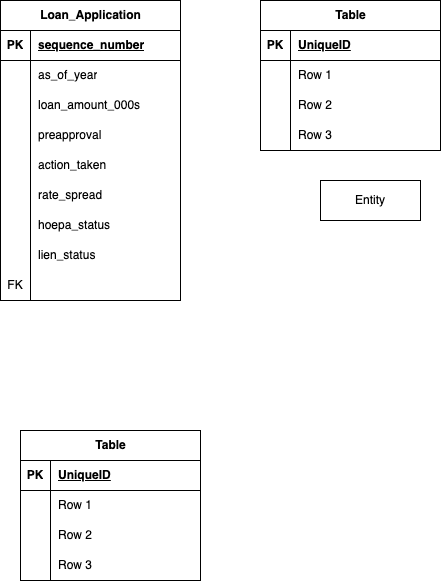
nivasharmaa/CS336-Project0-group43 keeps this draw.io diagram as Untitled Diagram.drawio.png. Above is the earlier version. Source tidied: cells renumbered, new cells last; positions are measured from the earlier drawing's top-left corner, leaving out a move shared by most shapes.
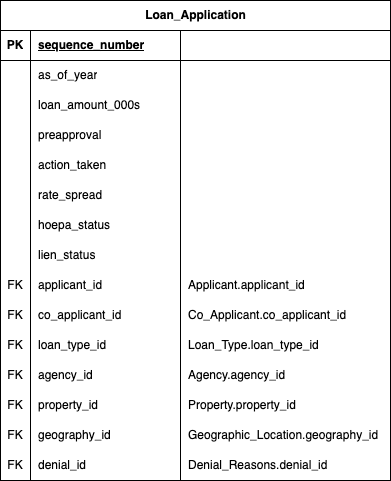
The same file after the commit.

Change to the diagram source:
```diff
@@ -5,6 +5,6 @@
     <mxCell id="2" value="Loan&lt;span class=&quot;hljs-emphasis&quot;&gt;_Application&lt;/span&gt;" style="shape=table;startSize=30;rowLines=0;fontStyle=1;align=center;html=1;" parent="1" vertex="1">
-      <mxGeometry width="180" height="300" as="geometry" />
+      <mxGeometry width="390" height="480" as="geometry" />
     </mxCell>
     <mxCell id="3" style="shape=tableRow;horizontal=0;startSize=0;swimlaneHead=0;swimlaneBody=0;fillColor=none;top=0;left=0;right=0;bottom=1;" parent="2" vertex="1">
-      <mxGeometry y="30" width="180" height="30" as="geometry" />
+      <mxGeometry y="30" width="390" height="30" as="geometry" />
     </mxCell>
@@ -16,4 +16,7 @@
     </mxCell>
+    <mxCell id="57" style="shape=partialRectangle;fillColor=none;top=0;left=0;bottom=0;right=0;align=left;spacingLeft=6;fontStyle=5;overflow=hidden;whiteSpace=wrap;html=1;" parent="3" vertex="1">
+      <mxGeometry x="180" width="210" height="30" as="geometry" />
+    </mxCell>
     <mxCell id="6" style="shape=tableRow;horizontal=0;startSize=0;swimlaneHead=0;swimlaneBody=0;fillColor=none;top=0;left=0;right=0;bottom=0;" parent="2" vertex="1">
-      <mxGeometry y="60" width="180" height="30" as="geometry" />
+      <mxGeometry y="60" width="390" height="30" as="geometry" />
     </mxCell>
@@ -25,4 +28,7 @@
     </mxCell>
+    <mxCell id="58" style="shape=partialRectangle;fillColor=none;top=0;left=0;bottom=0;right=0;align=left;spacingLeft=6;overflow=hidden;whiteSpace=wrap;html=1;" parent="6" vertex="1">
+      <mxGeometry x="180" width="210" height="30" as="geometry" />
+    </mxCell>
     <mxCell id="9" style="shape=tableRow;horizontal=0;startSize=0;swimlaneHead=0;swimlaneBody=0;fillColor=none;top=0;left=0;right=0;bottom=0;" parent="2" vertex="1">
-      <mxGeometry y="90" width="180" height="30" as="geometry" />
+      <mxGeometry y="90" width="390" height="30" as="geometry" />
     </mxCell>
@@ -34,4 +40,7 @@
     </mxCell>
+    <mxCell id="59" style="shape=partialRectangle;fillColor=none;top=0;left=0;bottom=0;right=0;align=left;spacingLeft=6;overflow=hidden;whiteSpace=wrap;html=1;" parent="9" vertex="1">
+      <mxGeometry x="180" width="210" height="30" as="geometry" />
+    </mxCell>
     <mxCell id="12" style="shape=tableRow;horizontal=0;startSize=0;swimlaneHead=0;swimlaneBody=0;fillColor=none;top=0;left=0;right=0;bottom=0;" parent="2" vertex="1">
-      <mxGeometry y="120" width="180" height="30" as="geometry" />
+      <mxGeometry y="120" width="390" height="30" as="geometry" />
     </mxCell>
@@ -43,4 +52,7 @@
     </mxCell>
+    <mxCell id="60" style="shape=partialRectangle;fillColor=none;top=0;left=0;bottom=0;right=0;align=left;spacingLeft=6;overflow=hidden;whiteSpace=wrap;html=1;" parent="12" vertex="1">
+      <mxGeometry x="180" width="210" height="30" as="geometry" />
+    </mxCell>
     <mxCell id="15" style="shape=tableRow;horizontal=0;startSize=0;swimlaneHead=0;swimlaneBody=0;fillColor=none;top=0;left=0;right=0;bottom=0;" parent="2" vertex="1">
-      <mxGeometry y="150" width="180" height="30" as="geometry" />
+      <mxGeometry y="150" width="390" height="30" as="geometry" />
     </mxCell>
@@ -52,4 +64,7 @@
     </mxCell>
+    <mxCell id="61" style="shape=partialRectangle;fillColor=none;top=0;left=0;bottom=0;right=0;align=left;spacingLeft=6;overflow=hidden;whiteSpace=wrap;html=1;" parent="15" vertex="1">
+      <mxGeometry x="180" width="210" height="30" as="geometry" />
+    </mxCell>
     <mxCell id="18" style="shape=tableRow;horizontal=0;startSize=0;swimlaneHead=0;swimlaneBody=0;fillColor=none;top=0;left=0;right=0;bottom=0;" parent="2" vertex="1">
-      <mxGeometry y="180" width="180" height="30" as="geometry" />
+      <mxGeometry y="180" width="390" height="30" as="geometry" />
     </mxCell>
@@ -61,4 +76,7 @@
     </mxCell>
+    <mxCell id="62" style="shape=partialRectangle;fillColor=none;top=0;left=0;bottom=0;right=0;align=left;spacingLeft=6;overflow=hidden;whiteSpace=wrap;html=1;" parent="18" vertex="1">
+      <mxGeometry x="180" width="210" height="30" as="geometry" />
+    </mxCell>
     <mxCell id="21" style="shape=tableRow;horizontal=0;startSize=0;swimlaneHead=0;swimlaneBody=0;fillColor=none;top=0;left=0;right=0;bottom=0;" parent="2" vertex="1">
-      <mxGeometry y="210" width="180" height="30" as="geometry" />
+      <mxGeometry y="210" width="390" height="30" as="geometry" />
     </mxCell>
@@ -70,4 +88,7 @@
     </mxCell>
+    <mxCell id="63" style="shape=partialRectangle;fillColor=none;top=0;left=0;bottom=0;right=0;align=left;spacingLeft=6;overflow=hidden;whiteSpace=wrap;html=1;" parent="21" vertex="1">
+      <mxGeometry x="180" width="210" height="30" as="geometry" />
+    </mxCell>
     <mxCell id="24" style="shape=tableRow;horizontal=0;startSize=0;swimlaneHead=0;swimlaneBody=0;fillColor=none;top=0;left=0;right=0;bottom=0;" parent="2" vertex="1">
-      <mxGeometry y="240" width="180" height="30" as="geometry" />
+      <mxGeometry y="240" width="390" height="30" as="geometry" />
     </mxCell>
@@ -79,4 +100,7 @@
     </mxCell>
+    <mxCell id="64" style="shape=partialRectangle;fillColor=none;top=0;left=0;bottom=0;right=0;align=left;spacingLeft=6;overflow=hidden;whiteSpace=wrap;html=1;" parent="24" vertex="1">
+      <mxGeometry x="180" width="210" height="30" as="geometry" />
+    </mxCell>
     <mxCell id="27" style="shape=tableRow;horizontal=0;startSize=0;swimlaneHead=0;swimlaneBody=0;fillColor=none;top=0;left=0;right=0;bottom=0;" parent="2" vertex="1">
-      <mxGeometry y="270" width="180" height="30" as="geometry" />
+      <mxGeometry y="270" width="390" height="30" as="geometry" />
     </mxCell>
@@ -85,86 +109,80 @@
     </mxCell>
-    <mxCell id="29" style="shape=partialRectangle;fillColor=none;top=0;left=0;bottom=0;right=0;align=left;spacingLeft=6;overflow=hidden;whiteSpace=wrap;html=1;" parent="27" vertex="1">
+    <mxCell id="29" value="&lt;meta charset=&quot;utf-8&quot;&gt;applicant&lt;span class=&quot;hljs-emphasis&quot;&gt;_id&lt;/span&gt;" style="shape=partialRectangle;fillColor=none;top=0;left=0;bottom=0;right=0;align=left;spacingLeft=6;overflow=hidden;whiteSpace=wrap;html=1;" parent="27" vertex="1">
       <mxGeometry x="30" width="150" height="30" as="geometry" />
     </mxCell>
-    <mxCell id="30" value="Table" style="shape=table;startSize=30;rowLines=0;fontStyle=1;align=center;html=1;" parent="1" vertex="1">
-      <mxGeometry x="20" y="430" width="180" height="150" as="geometry" />
-    </mxCell>
-    <mxCell id="31" style="shape=tableRow;horizontal=0;startSize=0;swimlaneHead=0;swimlaneBody=0;fillColor=none;top=0;left=0;right=0;bottom=1;" parent="30" vertex="1">
-      <mxGeometry y="30" width="180" height="30" as="geometry" />
-    </mxCell>
-    <mxCell id="32" value="PK" style="shape=partialRectangle;fillColor=none;top=0;left=0;bottom=0;right=0;fontStyle=1;overflow=hidden;whiteSpace=wrap;html=1;" parent="31" vertex="1">
-      <mxGeometry width="30" height="30" as="geometry" />
-    </mxCell>
-    <mxCell id="33" value="UniqueID" style="shape=partialRectangle;fillColor=none;top=0;left=0;bottom=0;right=0;align=left;spacingLeft=6;fontStyle=5;overflow=hidden;whiteSpace=wrap;html=1;" parent="31" vertex="1">
-      <mxGeometry x="30" width="150" height="30" as="geometry" />
-    </mxCell>
-    <mxCell id="34" style="shape=tableRow;horizontal=0;startSize=0;swimlaneHead=0;swimlaneBody=0;fillColor=none;top=0;left=0;right=0;bottom=0;" parent="30" vertex="1">
-      <mxGeometry y="60" width="180" height="30" as="geometry" />
-    </mxCell>
-    <mxCell id="35" style="shape=partialRectangle;fillColor=none;top=0;left=0;bottom=0;right=0;overflow=hidden;whiteSpace=wrap;html=1;" parent="34" vertex="1">
-      <mxGeometry width="30" height="30" as="geometry" />
-    </mxCell>
-    <mxCell id="36" value="Row 1" style="shape=partialRectangle;fillColor=none;top=0;left=0;bottom=0;right=0;align=left;spacingLeft=6;overflow=hidden;whiteSpace=wrap;html=1;" parent="34" vertex="1">
-      <mxGeometry x="30" width="150" height="30" as="geometry" />
-    </mxCell>
-    <mxCell id="37" style="shape=tableRow;horizontal=0;startSize=0;swimlaneHead=0;swimlaneBody=0;fillColor=none;top=0;left=0;right=0;bottom=0;" parent="30" vertex="1">
-      <mxGeometry y="90" width="180" height="30" as="geometry" />
-    </mxCell>
-    <mxCell id="38" style="shape=partialRectangle;fillColor=none;top=0;left=0;bottom=0;right=0;overflow=hidden;whiteSpace=wrap;html=1;" parent="37" vertex="1">
-      <mxGeometry width="30" height="30" as="geometry" />
-    </mxCell>
-    <mxCell id="39" value="Row 2" style="shape=partialRectangle;fillColor=none;top=0;left=0;bottom=0;right=0;align=left;spacingLeft=6;overflow=hidden;whiteSpace=wrap;html=1;" parent="37" vertex="1">
-      <mxGeometry x="30" width="150" height="30" as="geometry" />
-    </mxCell>
-    <mxCell id="40" style="shape=tableRow;horizontal=0;startSize=0;swimlaneHead=0;swimlaneBody=0;fillColor=none;top=0;left=0;right=0;bottom=0;" parent="30" vertex="1">
-      <mxGeometry y="120" width="180" height="30" as="geometry" />
-    </mxCell>
-    <mxCell id="41" style="shape=partialRectangle;fillColor=none;top=0;left=0;bottom=0;right=0;overflow=hidden;whiteSpace=wrap;html=1;" parent="40" vertex="1">
-      <mxGeometry width="30" height="30" as="geometry" />
-    </mxCell>
-    <mxCell id="42" value="Row 3" style="shape=partialRectangle;fillColor=none;top=0;left=0;bottom=0;right=0;align=left;spacingLeft=6;overflow=hidden;whiteSpace=wrap;html=1;" parent="40" vertex="1">
-      <mxGeometry x="30" width="150" height="30" as="geometry" />
-    </mxCell>
-    <mxCell id="43" value="Table" style="shape=table;startSize=30;rowLines=0;fontStyle=1;align=center;html=1;" parent="1" vertex="1">
-      <mxGeometry x="260" width="180" height="150" as="geometry" />
-    </mxCell>
-    <mxCell id="44" style="shape=tableRow;horizontal=0;startSize=0;swimlaneHead=0;swimlaneBody=0;fillColor=none;top=0;left=0;right=0;bottom=1;" parent="43" vertex="1">
-      <mxGeometry y="30" width="180" height="30" as="geometry" />
-    </mxCell>
-    <mxCell id="45" value="PK" style="shape=partialRectangle;fillColor=none;top=0;left=0;bottom=0;right=0;fontStyle=1;overflow=hidden;whiteSpace=wrap;html=1;" parent="44" vertex="1">
-      <mxGeometry width="30" height="30" as="geometry" />
-    </mxCell>
-    <mxCell id="46" value="UniqueID" style="shape=partialRectangle;fillColor=none;top=0;left=0;bottom=0;right=0;align=left;spacingLeft=6;fontStyle=5;overflow=hidden;whiteSpace=wrap;html=1;" parent="44" vertex="1">
-      <mxGeometry x="30" width="150" height="30" as="geometry" />
-    </mxCell>
-    <mxCell id="47" style="shape=tableRow;horizontal=0;startSize=0;swimlaneHead=0;swimlaneBody=0;fillColor=none;top=0;left=0;right=0;bottom=0;" parent="43" vertex="1">
-      <mxGeometry y="60" width="180" height="30" as="geometry" />
-    </mxCell>
-    <mxCell id="48" style="shape=partialRectangle;fillColor=none;top=0;left=0;bottom=0;right=0;overflow=hidden;whiteSpace=wrap;html=1;" parent="47" vertex="1">
-      <mxGeometry width="30" height="30" as="geometry" />
-    </mxCell>
-    <mxCell id="49" value="Row 1" style="shape=partialRectangle;fillColor=none;top=0;left=0;bottom=0;right=0;align=left;spacingLeft=6;overflow=hidden;whiteSpace=wrap;html=1;" parent="47" vertex="1">
-      <mxGeometry x="30" width="150" height="30" as="geometry" />
-    </mxCell>
-    <mxCell id="50" style="shape=tableRow;horizontal=0;startSize=0;swimlaneHead=0;swimlaneBody=0;fillColor=none;top=0;left=0;right=0;bottom=0;" parent="43" vertex="1">
-      <mxGeometry y="90" width="180" height="30" as="geometry" />
-    </mxCell>
-    <mxCell id="51" style="shape=partialRectangle;fillColor=none;top=0;left=0;bottom=0;right=0;overflow=hidden;whiteSpace=wrap;html=1;" parent="50" vertex="1">
-      <mxGeometry width="30" height="30" as="geometry" />
-    </mxCell>
-    <mxCell id="52" value="Row 2" style="shape=partialRectangle;fillColor=none;top=0;left=0;bottom=0;right=0;align=left;spacingLeft=6;overflow=hidden;whiteSpace=wrap;html=1;" parent="50" vertex="1">
-      <mxGeometry x="30" width="150" height="30" as="geometry" />
-    </mxCell>
-    <mxCell id="53" style="shape=tableRow;horizontal=0;startSize=0;swimlaneHead=0;swimlaneBody=0;fillColor=none;top=0;left=0;right=0;bottom=0;" parent="43" vertex="1">
-      <mxGeometry y="120" width="180" height="30" as="geometry" />
-    </mxCell>
-    <mxCell id="54" style="shape=partialRectangle;fillColor=none;top=0;left=0;bottom=0;right=0;overflow=hidden;whiteSpace=wrap;html=1;" parent="53" vertex="1">
-      <mxGeometry width="30" height="30" as="geometry" />
-    </mxCell>
-    <mxCell id="55" value="Row 3" style="shape=partialRectangle;fillColor=none;top=0;left=0;bottom=0;right=0;align=left;spacingLeft=6;overflow=hidden;whiteSpace=wrap;html=1;" parent="53" vertex="1">
-      <mxGeometry x="30" width="150" height="30" as="geometry" />
-    </mxCell>
-    <mxCell id="56" value="Entity" style="whiteSpace=wrap;html=1;align=center;" parent="1" vertex="1">
-      <mxGeometry x="320" y="180" width="100" height="40" as="geometry" />
-    </mxCell>
+    <mxCell id="65" value="&lt;meta charset=&quot;utf-8&quot;&gt;&lt;span class=&quot;hljs-emphasis&quot;&gt;Applicant.applicant_&lt;/span&gt;id" style="shape=partialRectangle;fillColor=none;top=0;left=0;bottom=0;right=0;align=left;spacingLeft=6;overflow=hidden;whiteSpace=wrap;html=1;" parent="27" vertex="1">
+      <mxGeometry x="180" width="210" height="30" as="geometry" />
+    </mxCell>
+    <mxCell id="66" style="shape=tableRow;horizontal=0;startSize=0;swimlaneHead=0;swimlaneBody=0;fillColor=none;top=0;left=0;right=0;bottom=0;" parent="2" vertex="1">
+      <mxGeometry y="300" width="390" height="30" as="geometry" />
+    </mxCell>
+    <mxCell id="67" value="FK" style="shape=partialRectangle;fillColor=none;top=0;left=0;bottom=0;right=0;overflow=hidden;whiteSpace=wrap;html=1;" parent="66" vertex="1">
+      <mxGeometry width="30" height="30" as="geometry" />
+    </mxCell>
+    <mxCell id="68" value="&lt;meta charset=&quot;utf-8&quot;&gt;co&lt;span class=&quot;hljs-emphasis&quot;&gt;_applicant_&lt;/span&gt;id" style="shape=partialRectangle;fillColor=none;top=0;left=0;bottom=0;right=0;align=left;spacingLeft=6;overflow=hidden;whiteSpace=wrap;html=1;" parent="66" vertex="1">
+      <mxGeometry x="30" width="150" height="30" as="geometry" />
+    </mxCell>
+    <mxCell id="69" value="&lt;meta charset=&quot;utf-8&quot;&gt;Co&lt;span class=&quot;hljs-emphasis&quot;&gt;_Applicant.co_&lt;/span&gt;applicant&lt;span class=&quot;hljs-emphasis&quot;&gt;_id&lt;/span&gt;" style="shape=partialRectangle;fillColor=none;top=0;left=0;bottom=0;right=0;align=left;spacingLeft=6;overflow=hidden;whiteSpace=wrap;html=1;" parent="66" vertex="1">
+      <mxGeometry x="180" width="210" height="30" as="geometry" />
+    </mxCell>
+    <mxCell id="70" style="shape=tableRow;horizontal=0;startSize=0;swimlaneHead=0;swimlaneBody=0;fillColor=none;top=0;left=0;right=0;bottom=0;" parent="2" vertex="1">
+      <mxGeometry y="330" width="390" height="30" as="geometry" />
+    </mxCell>
+    <mxCell id="71" value="FK" style="shape=partialRectangle;fillColor=none;top=0;left=0;bottom=0;right=0;overflow=hidden;whiteSpace=wrap;html=1;" parent="70" vertex="1">
+      <mxGeometry width="30" height="30" as="geometry" />
+    </mxCell>
+    <mxCell id="72" value="&lt;meta charset=&quot;utf-8&quot;&gt;&lt;span class=&quot;hljs-emphasis&quot;&gt;loan_&lt;/span&gt;type&lt;span class=&quot;hljs-emphasis&quot;&gt;_id&lt;/span&gt;" style="shape=partialRectangle;fillColor=none;top=0;left=0;bottom=0;right=0;align=left;spacingLeft=6;overflow=hidden;whiteSpace=wrap;html=1;" parent="70" vertex="1">
+      <mxGeometry x="30" width="150" height="30" as="geometry" />
+    </mxCell>
+    <mxCell id="73" value="&lt;meta charset=&quot;utf-8&quot;&gt;&lt;span class=&quot;hljs-emphasis&quot;&gt;Loan_&lt;/span&gt;Type.loan&lt;span class=&quot;hljs-emphasis&quot;&gt;_type_&lt;/span&gt;id" style="shape=partialRectangle;fillColor=none;top=0;left=0;bottom=0;right=0;align=left;spacingLeft=6;overflow=hidden;whiteSpace=wrap;html=1;" parent="70" vertex="1">
+      <mxGeometry x="180" width="210" height="30" as="geometry" />
+    </mxCell>
+    <mxCell id="74" style="shape=tableRow;horizontal=0;startSize=0;swimlaneHead=0;swimlaneBody=0;fillColor=none;top=0;left=0;right=0;bottom=0;" parent="2" vertex="1">
+      <mxGeometry y="360" width="390" height="30" as="geometry" />
+    </mxCell>
+    <mxCell id="75" value="FK" style="shape=partialRectangle;fillColor=none;top=0;left=0;bottom=0;right=0;overflow=hidden;whiteSpace=wrap;html=1;" parent="74" vertex="1">
+      <mxGeometry width="30" height="30" as="geometry" />
+    </mxCell>
+    <mxCell id="76" value="&lt;meta charset=&quot;utf-8&quot;&gt;agency&lt;span class=&quot;hljs-emphasis&quot;&gt;_id&lt;/span&gt;" style="shape=partialRectangle;fillColor=none;top=0;left=0;bottom=0;right=0;align=left;spacingLeft=6;overflow=hidden;whiteSpace=wrap;html=1;" parent="74" vertex="1">
+      <mxGeometry x="30" width="150" height="30" as="geometry" />
+    </mxCell>
+    <mxCell id="77" value="&lt;meta charset=&quot;utf-8&quot;&gt;&lt;span class=&quot;hljs-emphasis&quot;&gt;Agency.agency_&lt;/span&gt;id" style="shape=partialRectangle;fillColor=none;top=0;left=0;bottom=0;right=0;align=left;spacingLeft=6;overflow=hidden;whiteSpace=wrap;html=1;" parent="74" vertex="1">
+      <mxGeometry x="180" width="210" height="30" as="geometry" />
+    </mxCell>
+    <mxCell id="78" style="shape=tableRow;horizontal=0;startSize=0;swimlaneHead=0;swimlaneBody=0;fillColor=none;top=0;left=0;right=0;bottom=0;" parent="2" vertex="1">
+      <mxGeometry y="390" width="390" height="30" as="geometry" />
+    </mxCell>
+    <mxCell id="79" value="FK" style="shape=partialRectangle;fillColor=none;top=0;left=0;bottom=0;right=0;overflow=hidden;whiteSpace=wrap;html=1;" parent="78" vertex="1">
+      <mxGeometry width="30" height="30" as="geometry" />
+    </mxCell>
+    <mxCell id="80" value="&lt;meta charset=&quot;utf-8&quot;&gt;property&lt;span class=&quot;hljs-emphasis&quot;&gt;_id&lt;/span&gt;" style="shape=partialRectangle;fillColor=none;top=0;left=0;bottom=0;right=0;align=left;spacingLeft=6;overflow=hidden;whiteSpace=wrap;html=1;" parent="78" vertex="1">
+      <mxGeometry x="30" width="150" height="30" as="geometry" />
+    </mxCell>
+    <mxCell id="81" value="&lt;meta charset=&quot;utf-8&quot;&gt;&lt;span class=&quot;hljs-emphasis&quot;&gt;Property.property_&lt;/span&gt;id" style="shape=partialRectangle;fillColor=none;top=0;left=0;bottom=0;right=0;align=left;spacingLeft=6;overflow=hidden;whiteSpace=wrap;html=1;" parent="78" vertex="1">
+      <mxGeometry x="180" width="210" height="30" as="geometry" />
+    </mxCell>
+    <mxCell id="82" style="shape=tableRow;horizontal=0;startSize=0;swimlaneHead=0;swimlaneBody=0;fillColor=none;top=0;left=0;right=0;bottom=0;" parent="2" vertex="1">
+      <mxGeometry y="420" width="390" height="30" as="geometry" />
+    </mxCell>
+    <mxCell id="83" value="FK" style="shape=partialRectangle;fillColor=none;top=0;left=0;bottom=0;right=0;overflow=hidden;whiteSpace=wrap;html=1;" parent="82" vertex="1">
+      <mxGeometry width="30" height="30" as="geometry" />
+    </mxCell>
+    <mxCell id="84" value="&lt;meta charset=&quot;utf-8&quot;&gt;geography&lt;span class=&quot;hljs-emphasis&quot;&gt;_id&lt;/span&gt;" style="shape=partialRectangle;fillColor=none;top=0;left=0;bottom=0;right=0;align=left;spacingLeft=6;overflow=hidden;whiteSpace=wrap;html=1;" parent="82" vertex="1">
+      <mxGeometry x="30" width="150" height="30" as="geometry" />
+    </mxCell>
+    <mxCell id="85" value="&lt;meta charset=&quot;utf-8&quot;&gt;&lt;span class=&quot;hljs-emphasis&quot;&gt;Geographic_&lt;/span&gt;Location.geography&lt;span class=&quot;hljs-emphasis&quot;&gt;_id&lt;/span&gt;" style="shape=partialRectangle;fillColor=none;top=0;left=0;bottom=0;right=0;align=left;spacingLeft=6;overflow=hidden;whiteSpace=wrap;html=1;" parent="82" vertex="1">
+      <mxGeometry x="180" width="210" height="30" as="geometry" />
+    </mxCell>
+    <mxCell id="86" style="shape=tableRow;horizontal=0;startSize=0;swimlaneHead=0;swimlaneBody=0;fillColor=none;top=0;left=0;right=0;bottom=0;" parent="2" vertex="1">
+      <mxGeometry y="450" width="390" height="30" as="geometry" />
+    </mxCell>
+    <mxCell id="87" value="FK" style="shape=partialRectangle;fillColor=none;top=0;left=0;bottom=0;right=0;overflow=hidden;whiteSpace=wrap;html=1;" parent="86" vertex="1">
+      <mxGeometry width="30" height="30" as="geometry" />
+    </mxCell>
+    <mxCell id="88" value="&lt;meta charset=&quot;utf-8&quot;&gt;&lt;span class=&quot;hljs-emphasis&quot;&gt;denial_&lt;/span&gt;id" style="shape=partialRectangle;fillColor=none;top=0;left=0;bottom=0;right=0;align=left;spacingLeft=6;overflow=hidden;whiteSpace=wrap;html=1;" parent="86" vertex="1">
+      <mxGeometry x="30" width="150" height="30" as="geometry" />
+    </mxCell>
+    <mxCell id="89" value="&lt;meta charset=&quot;utf-8&quot;&gt;Denial&lt;span class=&quot;hljs-emphasis&quot;&gt;_Reasons.denial_&lt;/span&gt;id" style="shape=partialRectangle;fillColor=none;top=0;left=0;bottom=0;right=0;align=left;spacingLeft=6;overflow=hidden;whiteSpace=wrap;html=1;" parent="86" vertex="1">
+      <mxGeometry x="180" width="210" height="30" as="geometry" />
+    </mxCell>
   </root>
```
